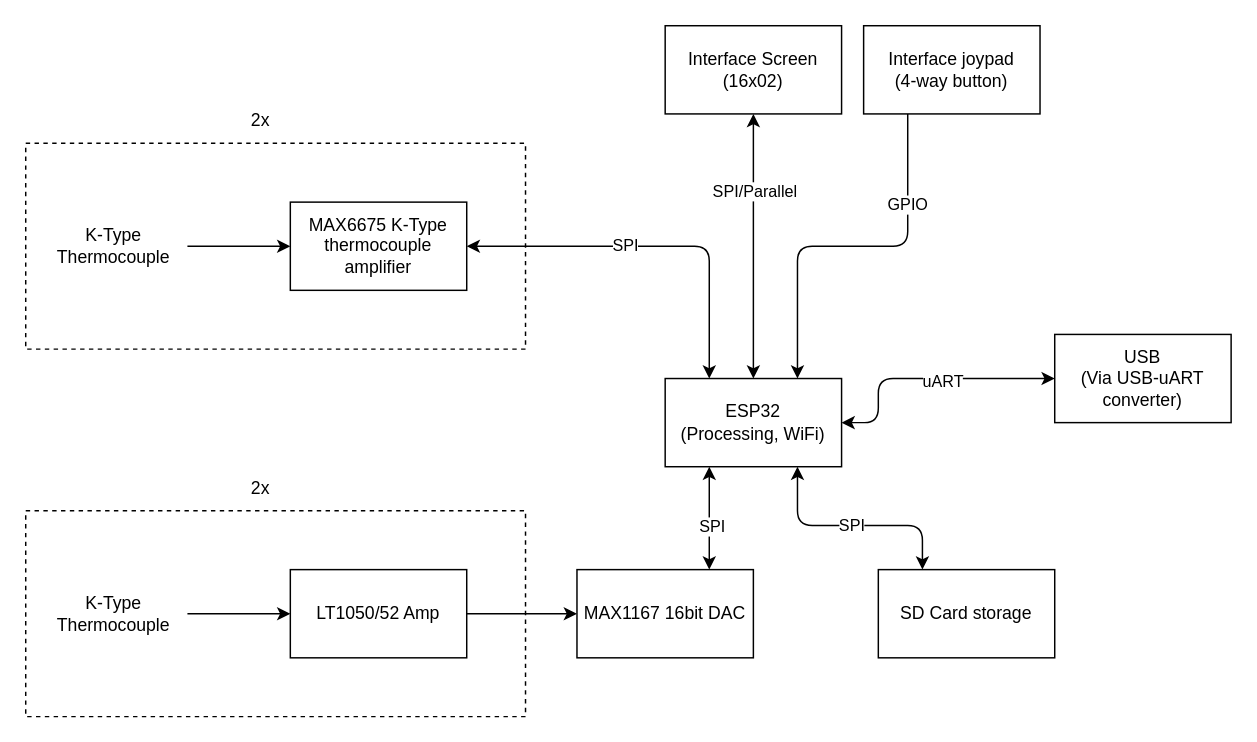
fred-corp/EG4L-ThermoLogger keeps this draw.io diagram as development/blockDiagram.drawio. Above is the earlier version. Source tidied: cells renumbered, new cells numbered last; positions are measured from the earlier drawing's top-left corner, leaving out a move shared by most shapes. Both pictures are drawn from the tidied source at 147%, with x=0, y=0 at pixel (25, 25).
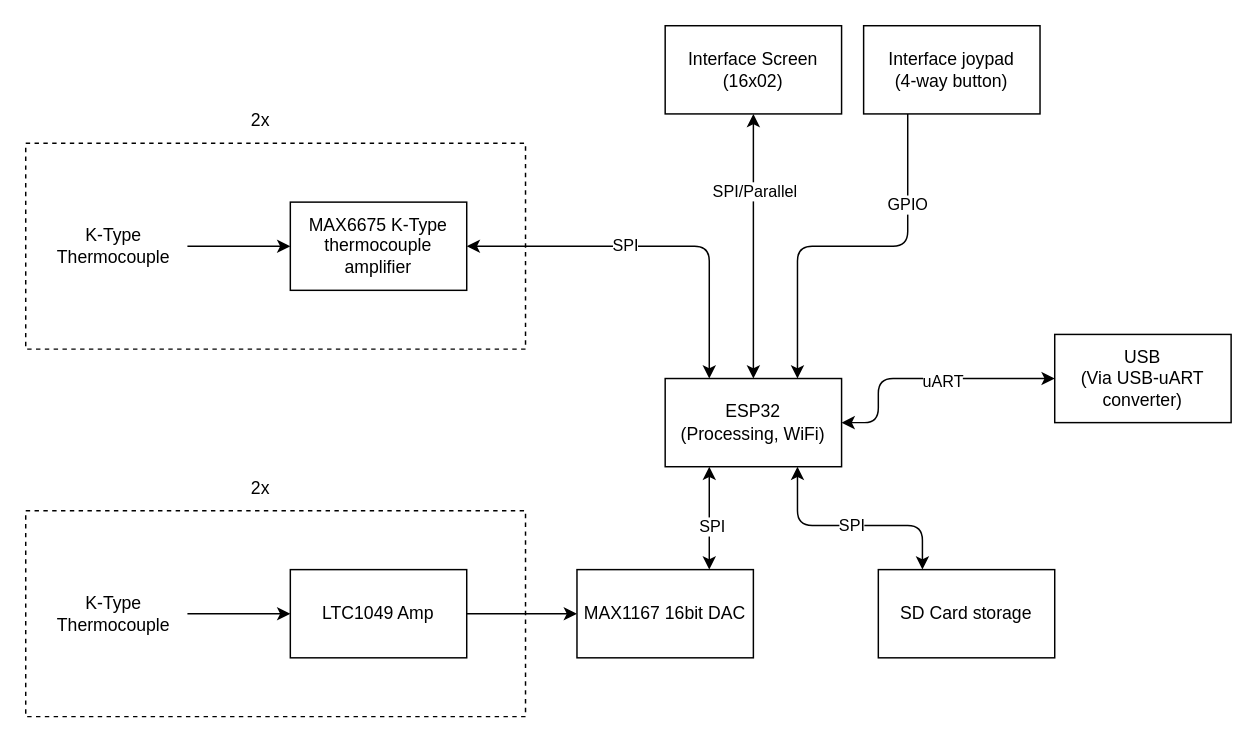
Above is the later version.

Commit message (it also covers changes not shown here):
changed part because of, you guessed it, shortages

Diff of the diagram source:
```diff
@@
-    <mxCell id="12" value="LT1050/52 Amp" style="rounded=0;whiteSpace=wrap;html=1;" parent="1" vertex="1">
+    <mxCell id="12" value="LTC1049 Amp" style="rounded=0;whiteSpace=wrap;html=1;" parent="1" vertex="1">
       <mxGeometry x="180" y="370" width="120" height="60" as="geometry" />
     </mxCell>
```
